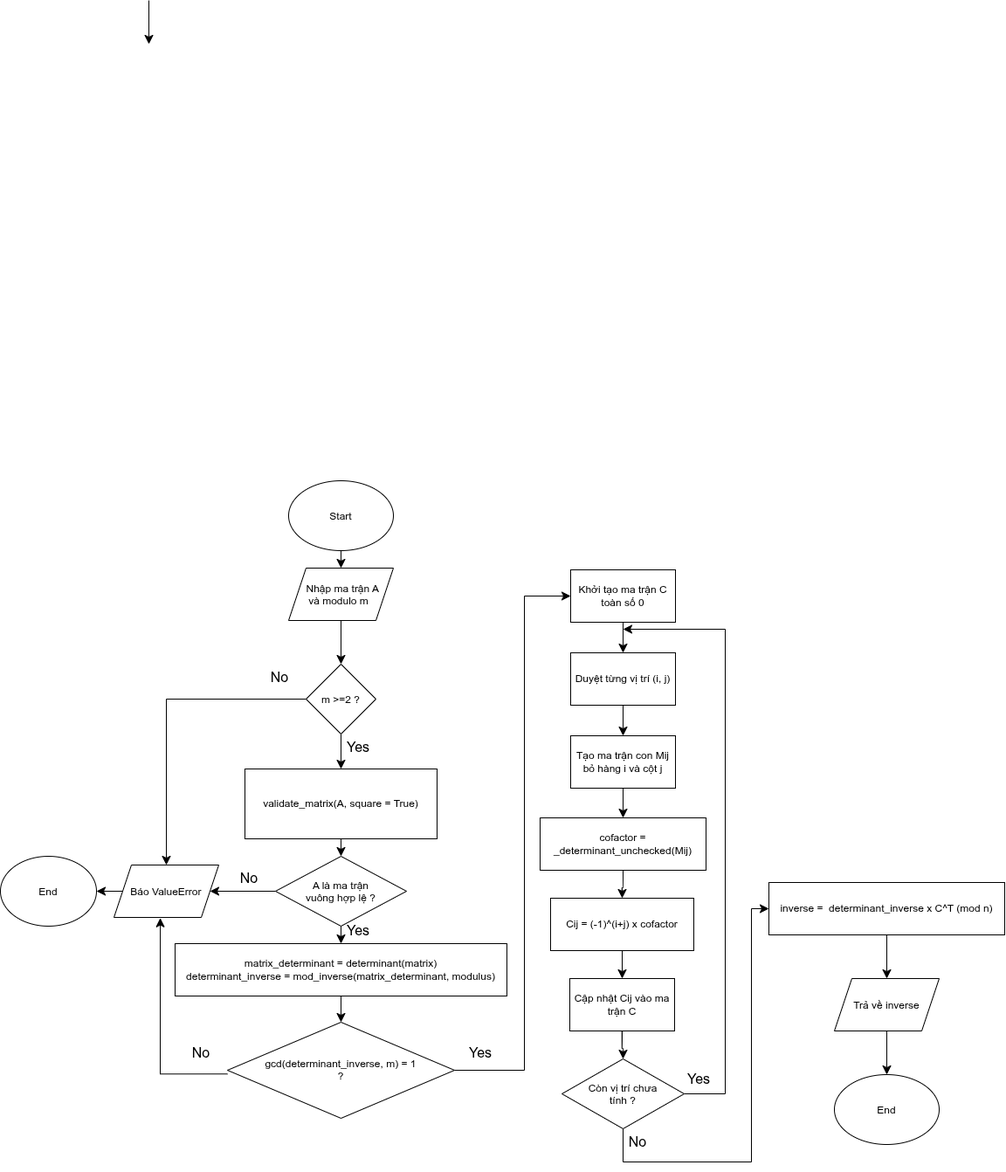
Before: assets/inverse_matrix.png, a diagram exported from draw.io (quanghung4dhh/LTMM_Project). Source tidied: cells renumbered, new cells last; positions are measured from the earlier drawing's top-left corner, leaving out a move shared by most shapes.
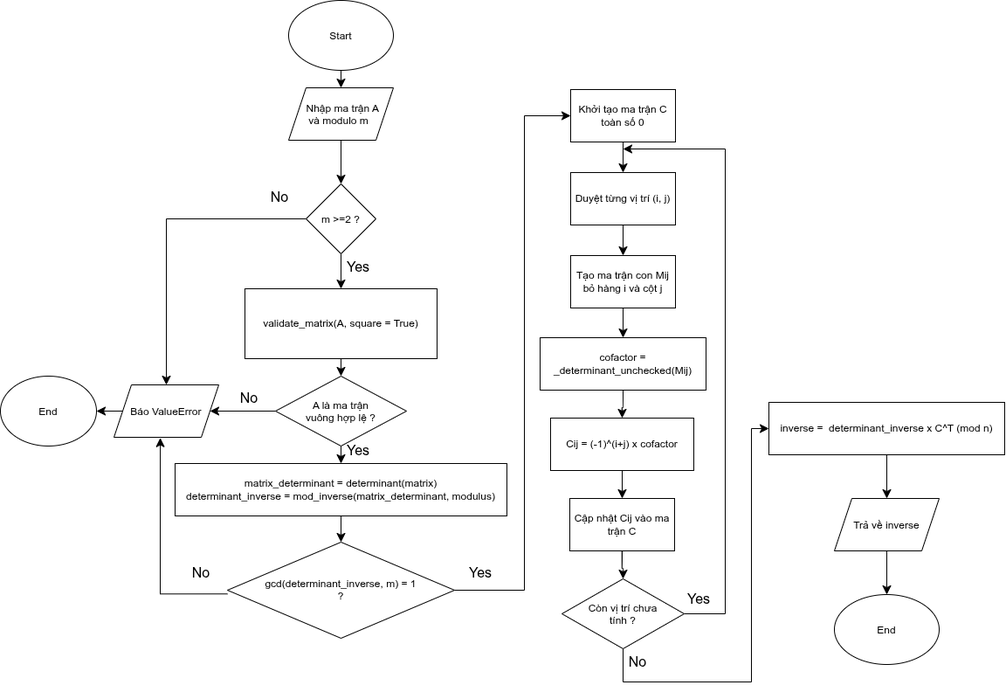
The same file after the commit.

Commit message:
Sửa lỗi chính tả

Diff of the diagram source:
```diff
@@ -8,12 +8,6 @@
     <mxCell id="3" value="Start" style="ellipse;whiteSpace=wrap;html=1;shapeInside=1;" parent="1" vertex="1">
       <mxGeometry x="330" y="550" width="120" height="80" as="geometry" />
     </mxCell>
-    <mxCell id="4" style="edgeStyle=orthogonalEdgeStyle;curved=1;rounded=0;curveGeometry=1;orthogonalLoop=1;jettySize=auto;html=1;fontSize=12;defaultLabelBackgroundColor=page;startSize=8;endSize=8;" parent="1" edge="1">
-      <mxGeometry relative="1" as="geometry">
-        <mxPoint x="170" as="sourcePoint" />
-        <mxPoint x="170" y="50" as="targetPoint" />
-      </mxGeometry>
-    </mxCell>
     <mxCell id="5" style="edgeStyle=orthogonalEdgeStyle;curved=1;rounded=0;curveGeometry=1;jettySize=auto;html=1;entryX=0.5;entryY=0;entryDx=0;entryDy=0;fontSize=12;defaultLabelBackgroundColor=page;startSize=8;endSize=8;" parent="1" edge="1" source="6" target="9">
       <mxGeometry relative="1" as="geometry" />
     </mxCell>
```
